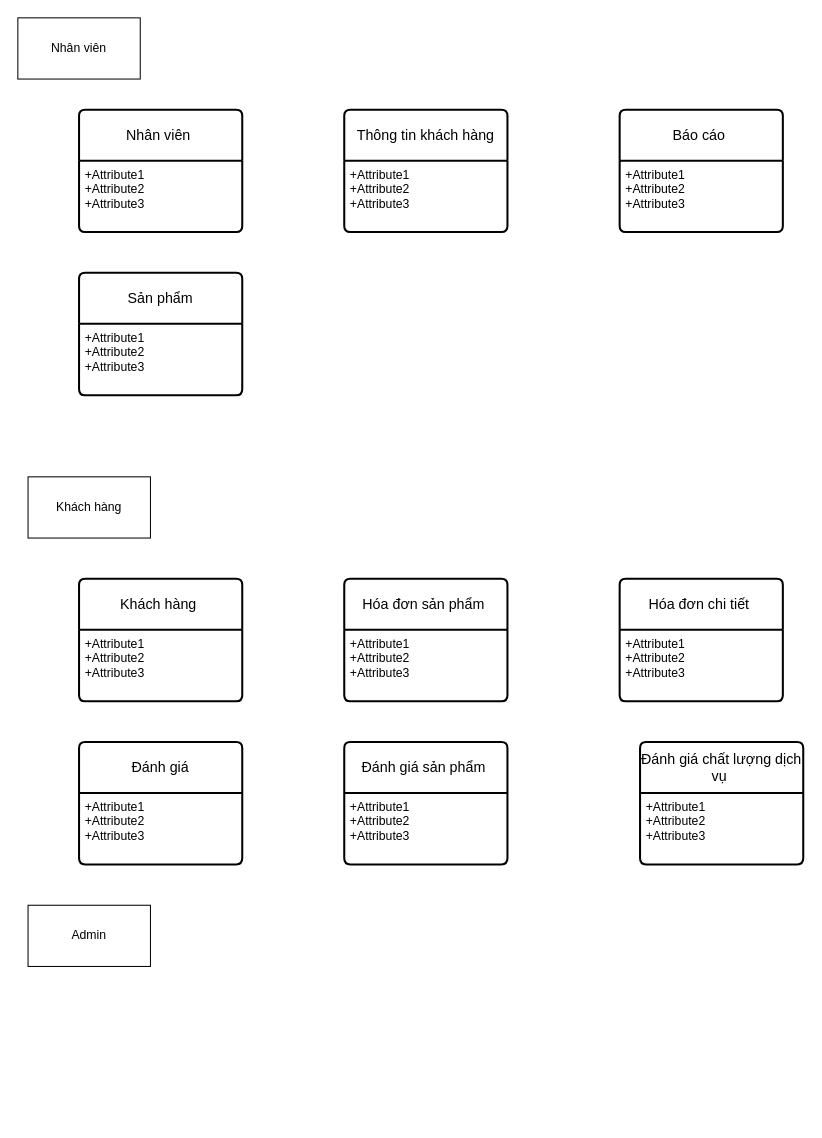
Before: page "ERD" (7 of 7) of DuAnNhom.drawio in khai520/DuAnNhom, a draw.io diagram. Source tidied: cells renumbered, new cells numbered last; positions are measured from the earlier drawing's top-left corner, leaving out a move shared by most shapes. Both pictures are drawn from the tidied source at 102%, with x=0, y=0 at pixel (17, 17).
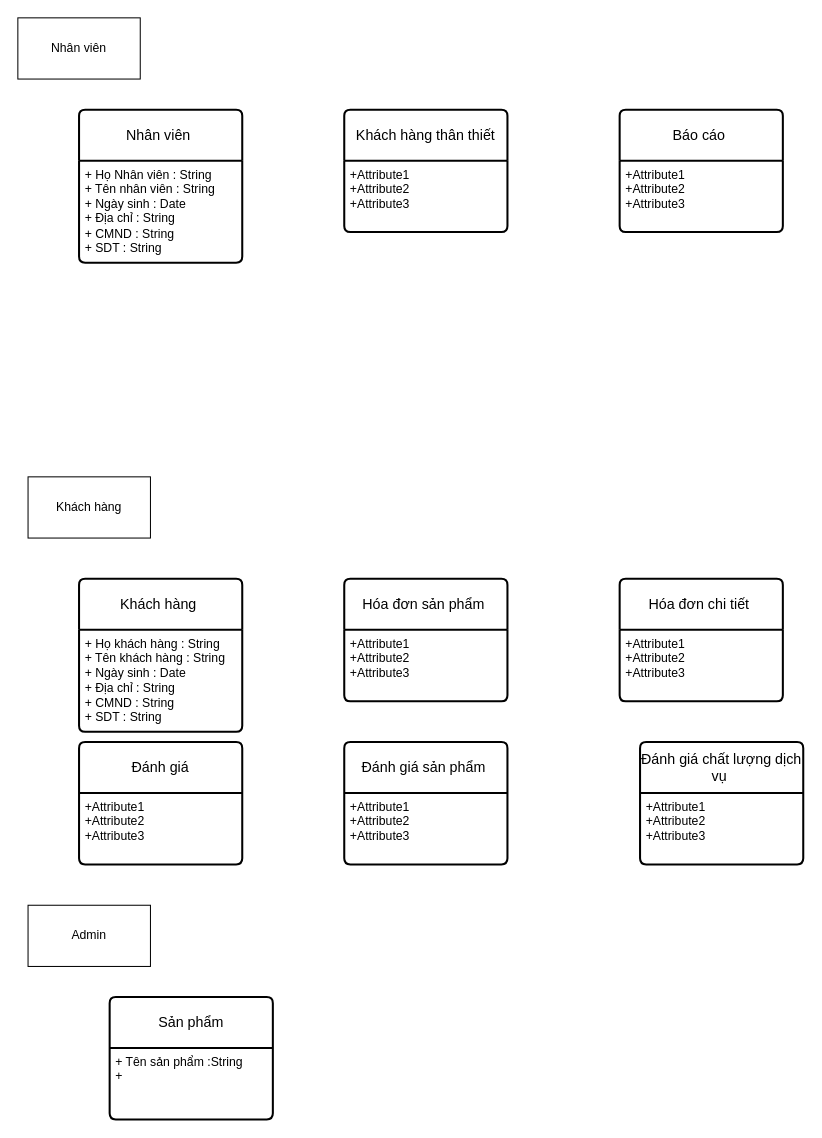
The same page after the edit.

The edit, as a diff of the source:
```diff
@@
     <mxCell id="2" value="Nhân viên&amp;nbsp;" style="swimlane;horizontal=1;startSize=50;rounded=1;fontSize=14;fontStyle=0;strokeWidth=2;shadow=0;dashed=0;align=center;arcSize=4;whiteSpace=wrap;html=1;" parent="1" vertex="1">
-      <mxGeometry x="60" y="90" width="160" height="120" as="geometry" />
+      <mxGeometry x="60" y="90" width="160" height="150" as="geometry" />
     </mxCell>
-    <mxCell id="3" value="+Attribute1&#10;+Attribute2&#10;+Attribute3" style="align=left;strokeColor=none;fillColor=none;spacingLeft=4;fontSize=12;verticalAlign=top;html=1;" parent="2" vertex="1">
-      <mxGeometry y="50" width="160" height="70" as="geometry" />
+    <mxCell id="3" value="+ Họ Nhân viên : String&lt;br&gt;+ Tên nhân viên : String&lt;br&gt;+ Ngày sinh : Date&lt;br&gt;+ Địa chỉ : String&lt;br&gt;+ CMND : String&lt;br&gt;+ SDT : String" style="align=left;strokeColor=none;fillColor=none;spacingLeft=4;fontSize=12;verticalAlign=top;html=1;" parent="2" vertex="1">
+      <mxGeometry y="50" width="160" height="100" as="geometry" />
     </mxCell>
-    <mxCell id="4" value="Thông tin khách hàng" style="swimlane;horizontal=1;startSize=50;rounded=1;fontSize=14;fontStyle=0;strokeWidth=2;shadow=0;dashed=0;align=center;arcSize=4;whiteSpace=wrap;html=1;" parent="1" vertex="1">
+    <mxCell id="4" value="Khách hàng thân thiết" style="swimlane;horizontal=1;startSize=50;rounded=1;fontSize=14;fontStyle=0;strokeWidth=2;shadow=0;dashed=0;align=center;arcSize=4;whiteSpace=wrap;html=1;" parent="1" vertex="1">
       <mxGeometry x="320" y="90" width="160" height="120" as="geometry" />
     </mxCell>
@@
     <mxCell id="8" value="Sản phẩm" style="swimlane;horizontal=1;startSize=50;rounded=1;fontSize=14;fontStyle=0;strokeWidth=2;shadow=0;dashed=0;align=center;arcSize=4;whiteSpace=wrap;html=1;" parent="1" vertex="1">
-      <mxGeometry x="60" y="250" width="160" height="120" as="geometry" />
+      <mxGeometry x="90" y="960" width="160" height="120" as="geometry" />
     </mxCell>
-    <mxCell id="9" value="+Attribute1&#10;+Attribute2&#10;+Attribute3" style="align=left;strokeColor=none;fillColor=none;spacingLeft=4;fontSize=12;verticalAlign=top;html=1;" parent="8" vertex="1">
+    <mxCell id="9" value="+ Tên sản phẩm :String&lt;br&gt;+&amp;nbsp;" style="align=left;strokeColor=none;fillColor=none;spacingLeft=4;fontSize=12;verticalAlign=top;html=1;" parent="8" vertex="1">
       <mxGeometry y="50" width="160" height="70" as="geometry" />
     </mxCell>
     <mxCell id="10" value="Khách hàng&amp;nbsp;" style="swimlane;horizontal=1;startSize=50;rounded=1;fontSize=14;fontStyle=0;strokeWidth=2;shadow=0;dashed=0;align=center;arcSize=4;whiteSpace=wrap;html=1;" parent="1" vertex="1">
-      <mxGeometry x="60" y="550" width="160" height="120" as="geometry" />
+      <mxGeometry x="60" y="550" width="160" height="150" as="geometry" />
     </mxCell>
-    <mxCell id="11" value="+Attribute1&#10;+Attribute2&#10;+Attribute3" style="align=left;strokeColor=none;fillColor=none;spacingLeft=4;fontSize=12;verticalAlign=top;html=1;" parent="10" vertex="1">
-      <mxGeometry y="50" width="160" height="70" as="geometry" />
+    <mxCell id="11" value="+ Họ khách hàng : String&lt;br style=&quot;border-color: var(--border-color);&quot;&gt;+ Tên khách hàng : String&lt;br style=&quot;border-color: var(--border-color);&quot;&gt;+ Ngày sinh : Date&lt;br style=&quot;border-color: var(--border-color);&quot;&gt;+ Địa chỉ : String&lt;br style=&quot;border-color: var(--border-color);&quot;&gt;+ CMND : String&lt;br style=&quot;border-color: var(--border-color);&quot;&gt;+ SDT : String" style="align=left;strokeColor=none;fillColor=none;spacingLeft=4;fontSize=12;verticalAlign=top;html=1;" parent="10" vertex="1">
+      <mxGeometry y="50" width="160" height="100" as="geometry" />
     </mxCell>
```
